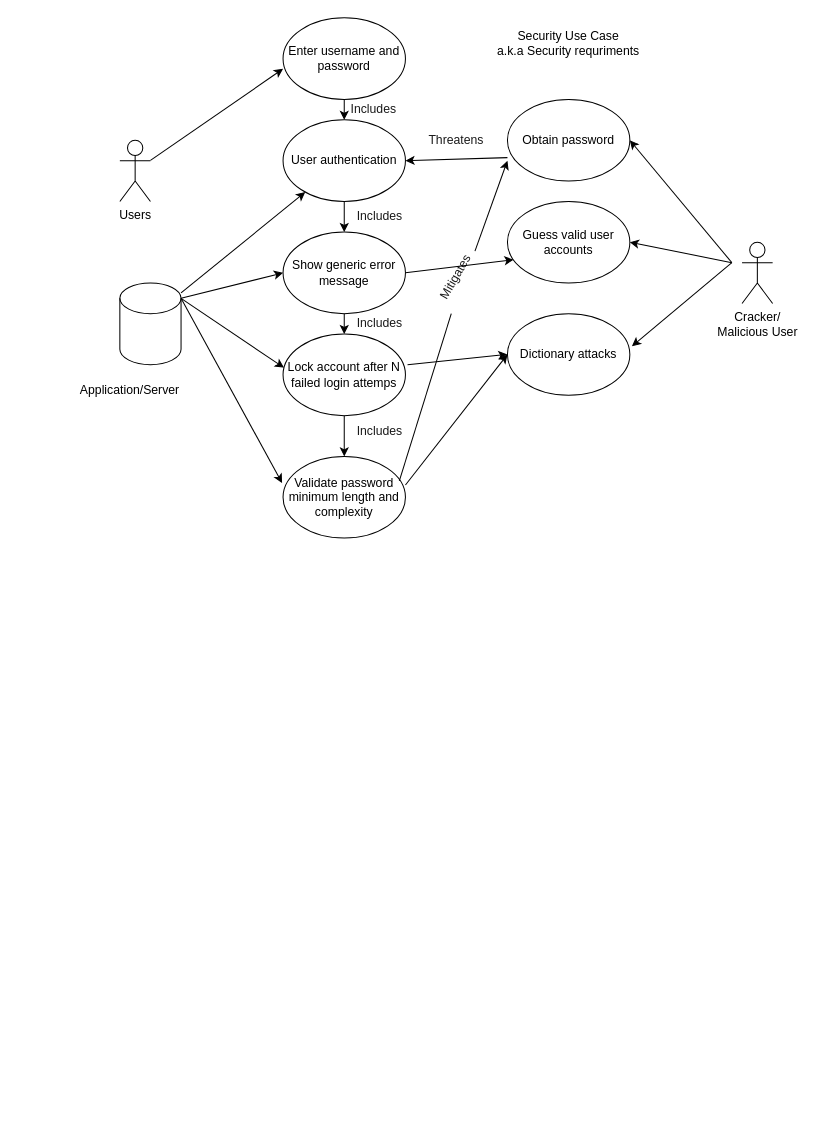
Before: Untitled Diagram1.drawio in cychenyao/bjfmgr, a draw.io diagram. Source tidied: cells renumbered, new cells numbered last; positions are measured from the earlier drawing's top-left corner, leaving out a move shared by most shapes. Both pictures are drawn from the tidied source at 102%, with x=0, y=0 at pixel (79, 17).
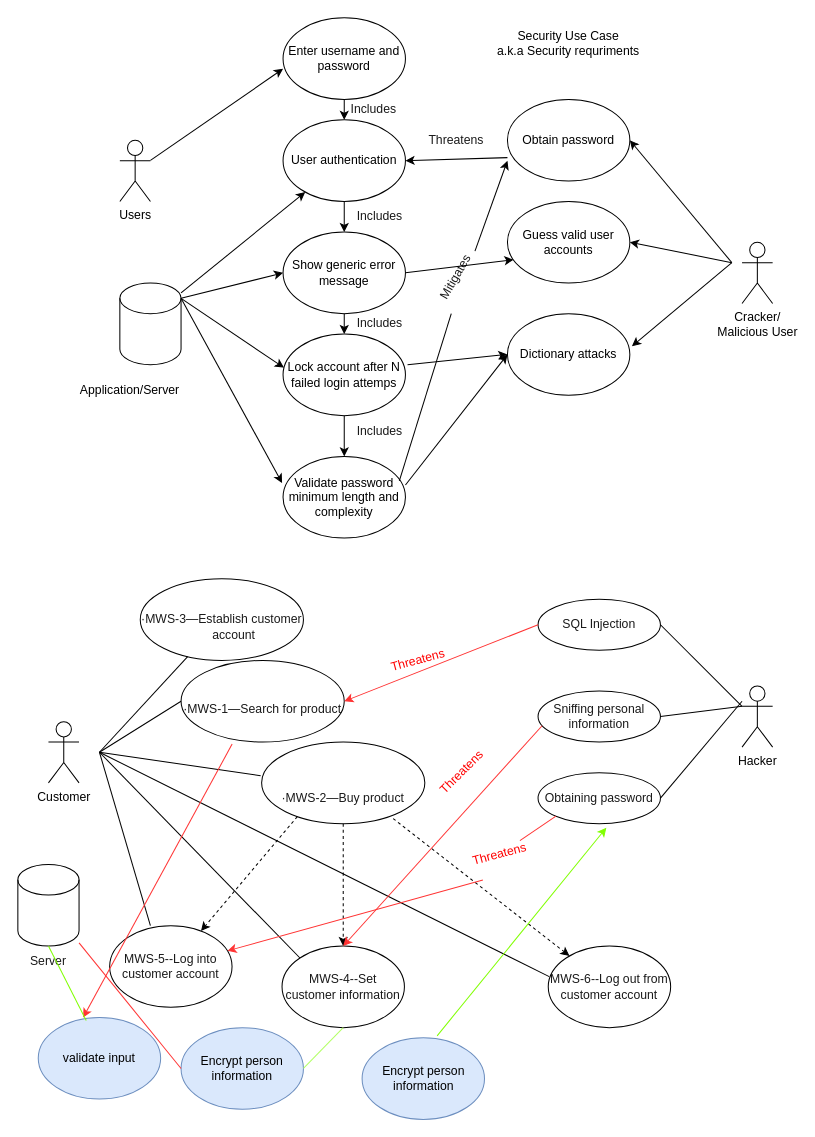
After the change.

Change to the diagram source:
```diff
@@
+    <mxCell id="39" value="Customer" style="shape=umlActor;verticalLabelPosition=bottom;verticalAlign=top;html=1;" parent="1" vertex="1">
+      <mxGeometry x="-30" y="690" width="30" height="60" as="geometry" />
+    </mxCell>
+    <mxCell id="40" value="&lt;br&gt;&lt;br&gt;&lt;br&gt;&lt;br&gt;&lt;br&gt;&lt;br&gt;&lt;p class=&quot;MsoListParagraph&quot; style=&quot;margin-left: 18.0pt ; text-indent: -18.0pt&quot;&gt;&lt;span style=&quot;font-family: &amp;#34;symbol&amp;#34;&quot; lang=&quot;EN-US&quot;&gt;&lt;span&gt;·&lt;/span&gt;&lt;/span&gt;&lt;span lang=&quot;EN-US&quot;&gt;MWS-3—Establish customer account&lt;/span&gt;&lt;/p&gt;&lt;br&gt;&lt;br&gt;&lt;br&gt;&lt;br&gt;&lt;br&gt;" style="ellipse;whiteSpace=wrap;html=1;fontColor=#1A1A1A;" parent="1" vertex="1">
+      <mxGeometry x="60" y="550" width="160" height="80" as="geometry" />
+    </mxCell>
+    <mxCell id="41" value="&lt;br&gt;&lt;br&gt;&lt;br&gt;&lt;br&gt;&lt;p class=&quot;MsoListParagraph&quot; style=&quot;margin-left: 18.0pt ; text-indent: -18.0pt&quot;&gt;&lt;span style=&quot;font-family: &amp;#34;symbol&amp;#34;&quot; lang=&quot;EN-US&quot;&gt;&lt;span&gt;·&lt;/span&gt;&lt;/span&gt;&lt;span lang=&quot;EN-US&quot;&gt;MWS-1—Search for product&lt;br&gt;&lt;/span&gt;&lt;/p&gt;&lt;br&gt;&lt;br&gt;&lt;br&gt;" style="ellipse;whiteSpace=wrap;html=1;fontColor=#1A1A1A;" parent="1" vertex="1">
+      <mxGeometry x="100" y="630" width="160" height="80" as="geometry" />
+    </mxCell>
+    <mxCell id="42" value="&lt;br&gt;&lt;br&gt;&lt;br&gt;&lt;br&gt;&lt;p class=&quot;MsoListParagraph&quot; style=&quot;margin-left: 18.0pt ; text-indent: -18.0pt&quot;&gt;&lt;span style=&quot;font-family: &amp;#34;symbol&amp;#34;&quot; lang=&quot;EN-US&quot;&gt;&lt;span&gt;·&lt;/span&gt;&lt;/span&gt;&lt;span lang=&quot;EN-US&quot;&gt;MWS-2—Buy product&lt;br&gt;&lt;/span&gt;&lt;/p&gt;&lt;br&gt;&lt;br&gt;" style="ellipse;whiteSpace=wrap;html=1;fontColor=#1A1A1A;" parent="1" vertex="1">
+      <mxGeometry x="179" y="710" width="160" height="80" as="geometry" />
+    </mxCell>
+    <mxCell id="43" value="MWS-5--Log into customer account" style="ellipse;whiteSpace=wrap;html=1;fontColor=#1A1A1A;" parent="1" vertex="1">
+      <mxGeometry x="30" y="890" width="120" height="80" as="geometry" />
+    </mxCell>
+    <mxCell id="44" value="MWS-4--Set customer information" style="ellipse;whiteSpace=wrap;html=1;fontColor=#1A1A1A;" parent="1" vertex="1">
+      <mxGeometry x="199" y="910" width="120" height="80" as="geometry" />
+    </mxCell>
+    <mxCell id="45" style="endArrow=none;html=1;rounded=0;fontColor=#1A1A1A;" parent="1" edge="1" target="40">
+      <mxGeometry relative="1" as="geometry">
+        <mxPoint x="20" y="720" as="sourcePoint" />
+      </mxGeometry>
+    </mxCell>
+    <mxCell id="46" style="endArrow=none;html=1;rounded=0;fontColor=#1A1A1A;entryX=0;entryY=0.5;entryDx=0;entryDy=0;" parent="1" edge="1" target="41">
+      <mxGeometry relative="1" as="geometry">
+        <mxPoint x="20" y="720" as="sourcePoint" />
+      </mxGeometry>
+    </mxCell>
+    <mxCell id="47" style="endArrow=none;html=1;rounded=0;fontColor=#1A1A1A;entryX=-0.006;entryY=0.413;entryDx=0;entryDy=0;entryPerimeter=0;" parent="1" edge="1" target="42">
+      <mxGeometry relative="1" as="geometry">
+        <mxPoint x="20" y="720" as="sourcePoint" />
+      </mxGeometry>
+    </mxCell>
+    <mxCell id="48" style="endArrow=none;html=1;rounded=0;fontColor=#1A1A1A;entryX=0.333;entryY=0;entryDx=0;entryDy=0;entryPerimeter=0;" parent="1" edge="1" target="43">
+      <mxGeometry relative="1" as="geometry">
+        <mxPoint x="20" y="720" as="sourcePoint" />
+      </mxGeometry>
+    </mxCell>
+    <mxCell id="49" style="endArrow=none;html=1;rounded=0;fontColor=#1A1A1A;entryX=0;entryY=0;entryDx=0;entryDy=0;" parent="1" edge="1" target="44">
+      <mxGeometry relative="1" as="geometry">
+        <mxPoint x="20" y="720" as="sourcePoint" />
+      </mxGeometry>
+    </mxCell>
+    <mxCell id="50" value="&lt;div&gt;MWS-6--Log out from &lt;br&gt;&lt;/div&gt;&lt;div&gt;customer account&lt;br&gt;&lt;/div&gt;" style="ellipse;whiteSpace=wrap;html=1;fontColor=#1A1A1A;" parent="1" vertex="1">
+      <mxGeometry x="460" y="910" width="120" height="80" as="geometry" />
+    </mxCell>
+    <mxCell id="51" style="endArrow=none;html=1;rounded=0;fontColor=#1A1A1A;entryX=0.008;entryY=0.375;entryDx=0;entryDy=0;entryPerimeter=0;" parent="1" edge="1" target="50">
+      <mxGeometry relative="1" as="geometry">
+        <mxPoint x="20" y="720" as="sourcePoint" />
+      </mxGeometry>
+    </mxCell>
+    <mxCell id="52" style="endArrow=classic;html=1;rounded=0;fontColor=#1A1A1A;entryX=0.5;entryY=0;entryDx=0;entryDy=0;dashed=1;" parent="1" edge="1" source="42" target="44">
+      <mxGeometry relative="1" as="geometry" />
+    </mxCell>
+    <mxCell id="53" style="endArrow=classic;html=1;rounded=0;fontColor=#1A1A1A;exitX=0.219;exitY=0.913;exitDx=0;exitDy=0;exitPerimeter=0;dashed=1;" parent="1" edge="1" source="42" target="43">
+      <mxGeometry relative="1" as="geometry" />
+    </mxCell>
+    <mxCell id="54" style="endArrow=classic;html=1;rounded=0;fontColor=#1A1A1A;exitX=0.806;exitY=0.938;exitDx=0;exitDy=0;exitPerimeter=0;dashed=1;" parent="1" edge="1" source="42" target="50">
+      <mxGeometry relative="1" as="geometry" />
+    </mxCell>
+    <mxCell id="55" value="SQL Injection" style="ellipse;whiteSpace=wrap;html=1;fontColor=#1A1A1A;" parent="1" vertex="1">
+      <mxGeometry x="450" y="570" width="120" height="50" as="geometry" />
+    </mxCell>
+    <mxCell id="56" value="Sniffing personal information" style="ellipse;whiteSpace=wrap;html=1;fontColor=#1A1A1A;" parent="1" vertex="1">
+      <mxGeometry x="450" y="660" width="120" height="50" as="geometry" />
+    </mxCell>
+    <mxCell id="57" value="Obtaining password" style="ellipse;whiteSpace=wrap;html=1;fontColor=#1A1A1A;" parent="1" vertex="1">
+      <mxGeometry x="450" y="740" width="120" height="50" as="geometry" />
+    </mxCell>
+    <mxCell id="58" value="Hacker" style="shape=umlActor;verticalLabelPosition=bottom;verticalAlign=top;html=1;outlineConnect=0;" parent="1" vertex="1">
+      <mxGeometry x="650" y="655" width="30" height="60" as="geometry" />
+    </mxCell>
+    <mxCell id="59" style="endArrow=none;html=1;rounded=0;fontColor=#1A1A1A;exitX=1;exitY=0.5;exitDx=0;exitDy=0;entryX=0;entryY=0.3333333333333333;entryDx=0;entryDy=0;entryPerimeter=0;" parent="1" edge="1" source="55" target="58">
+      <mxGeometry relative="1" as="geometry" />
+    </mxCell>
+    <mxCell id="60" style="endArrow=none;html=1;rounded=0;fontColor=#1A1A1A;exitX=1;exitY=0.5;exitDx=0;exitDy=0;entryX=0;entryY=0.3333333333333333;entryDx=0;entryDy=0;entryPerimeter=0;" parent="1" edge="1" source="56" target="58">
+      <mxGeometry relative="1" as="geometry" />
+    </mxCell>
+    <mxCell id="61" style="endArrow=none;html=1;rounded=0;fontColor=#1A1A1A;exitX=1;exitY=0.5;exitDx=0;exitDy=0;" parent="1" edge="1" source="57">
+      <mxGeometry relative="1" as="geometry">
+        <mxPoint x="650" y="670" as="targetPoint" />
+      </mxGeometry>
+    </mxCell>
+    <mxCell id="62" style="endArrow=classic;html=1;rounded=0;fontColor=#1A1A1A;exitX=0;exitY=0.5;exitDx=0;exitDy=0;entryX=1;entryY=0.5;entryDx=0;entryDy=0;strokeColor=#FF3333;" parent="1" edge="1" source="55" target="41">
+      <mxGeometry relative="1" as="geometry" />
+    </mxCell>
+    <mxCell id="63" style="endArrow=classic;html=1;rounded=0;fontColor=#1A1A1A;entryX=0.5;entryY=0;entryDx=0;entryDy=0;strokeColor=#FF3333;exitX=0.033;exitY=0.68;exitDx=0;exitDy=0;exitPerimeter=0;" parent="1" edge="1" source="56" target="44">
+      <mxGeometry relative="1" as="geometry" />
+    </mxCell>
+    <mxCell id="64" style="endArrow=classic;html=1;rounded=0;fontColor=#1A1A1A;strokeColor=#FF3333;exitX=0;exitY=1;exitDx=0;exitDy=0;startArrow=none;" parent="1" edge="1" source="67" target="43">
+      <mxGeometry relative="1" as="geometry" />
+    </mxCell>
+    <mxCell id="65" value="&lt;font color=&quot;#FF0000&quot;&gt;Threatens&lt;/font&gt;" style="text;html=1;strokeColor=none;fillColor=none;align=center;verticalAlign=middle;whiteSpace=wrap;rounded=0;fontColor=#1A1A1A;rotation=-15;" parent="1" vertex="1">
+      <mxGeometry x="310" y="610" width="45" height="40" as="geometry" />
+    </mxCell>
+    <mxCell id="66" value="&lt;font color=&quot;#FF0000&quot;&gt;Threatens&lt;/font&gt;" style="text;html=1;strokeColor=none;fillColor=none;align=center;verticalAlign=middle;whiteSpace=wrap;rounded=0;fontColor=#1A1A1A;rotation=-45;" parent="1" vertex="1">
+      <mxGeometry x="352.5" y="720" width="45" height="40" as="geometry" />
+    </mxCell>
+    <mxCell id="67" value="&lt;font color=&quot;#FF0000&quot;&gt;Threatens&lt;/font&gt;" style="text;html=1;strokeColor=none;fillColor=none;align=center;verticalAlign=middle;whiteSpace=wrap;rounded=0;fontColor=#1A1A1A;rotation=-15;" parent="1" vertex="1">
+      <mxGeometry x="390" y="800" width="45" height="40" as="geometry" />
+    </mxCell>
+    <mxCell id="68" style="endArrow=none;html=1;rounded=0;fontColor=#1A1A1A;strokeColor=#FF3333;exitX=0;exitY=1;exitDx=0;exitDy=0;" parent="1" edge="1" source="57" target="67">
+      <mxGeometry relative="1" as="geometry" />
+    </mxCell>
+    <mxCell id="69" style="shape=cylinder3;whiteSpace=wrap;html=1;boundedLbl=1;backgroundOutline=1;size=15;fontColor=#FF0000;" parent="1" vertex="1">
+      <mxGeometry x="-60" y="830" width="60" height="80" as="geometry" />
+    </mxCell>
+    <mxCell id="70" value="&lt;font color=&quot;#1A1A1A&quot;&gt;Server&lt;/font&gt;" style="text;html=1;strokeColor=none;fillColor=none;align=center;verticalAlign=middle;whiteSpace=wrap;rounded=0;fontColor=#FF0000;" parent="1" vertex="1">
+      <mxGeometry x="-60" y="910" width="60" height="30" as="geometry" />
+    </mxCell>
+    <mxCell id="71" value="validate input" style="ellipse;whiteSpace=wrap;html=1;fillColor=#dae8fc;strokeColor=#6c8ebf;" parent="1" vertex="1">
+      <mxGeometry x="-40" y="980" width="120" height="80" as="geometry" />
+    </mxCell>
+    <mxCell id="72" style="endArrow=classic;html=1;rounded=0;fontColor=#1A1A1A;strokeColor=#FF3333;exitX=0.313;exitY=1.025;exitDx=0;exitDy=0;exitPerimeter=0;entryX=0.367;entryY=0;entryDx=0;entryDy=0;entryPerimeter=0;" parent="1" edge="1" source="41" target="71">
+      <mxGeometry relative="1" as="geometry" />
+    </mxCell>
+    <mxCell id="73" style="endArrow=none;html=1;rounded=0;fontColor=#1A1A1A;strokeColor=#80FF00;exitX=0.5;exitY=0;exitDx=0;exitDy=0;entryX=0.392;entryY=0.038;entryDx=0;entryDy=0;entryPerimeter=0;" parent="1" edge="1" source="70" target="71">
+      <mxGeometry relative="1" as="geometry" />
+    </mxCell>
+    <mxCell id="74" value="Encrypt person information" style="ellipse;whiteSpace=wrap;html=1;fillColor=#dae8fc;strokeColor=#6c8ebf;" parent="1" vertex="1">
+      <mxGeometry x="100" y="990" width="120" height="80" as="geometry" />
+    </mxCell>
+    <mxCell id="75" style="endArrow=none;html=1;rounded=0;fontColor=#1A1A1A;strokeColor=#FF3333;entryX=0;entryY=0.5;entryDx=0;entryDy=0;" parent="1" edge="1" source="69" target="74">
+      <mxGeometry relative="1" as="geometry" />
+    </mxCell>
+    <mxCell id="76" style="endArrow=none;html=1;rounded=0;fontColor=#1A1A1A;strokeColor=#B3FF66;entryX=0.5;entryY=1;entryDx=0;entryDy=0;exitX=1;exitY=0.5;exitDx=0;exitDy=0;" parent="1" edge="1" source="74" target="44">
+      <mxGeometry relative="1" as="geometry" />
+    </mxCell>
+    <mxCell id="77" value="Encrypt person information" style="ellipse;whiteSpace=wrap;html=1;fillColor=#dae8fc;strokeColor=#6c8ebf;" parent="1" vertex="1">
+      <mxGeometry x="277.5" y="1000" width="120" height="80" as="geometry" />
+    </mxCell>
+    <mxCell id="78" style="endArrow=classic;html=1;rounded=0;fontColor=#1A1A1A;strokeColor=#80FF00;exitX=0.613;exitY=-0.025;exitDx=0;exitDy=0;exitPerimeter=0;entryX=0.558;entryY=1.08;entryDx=0;entryDy=0;entryPerimeter=0;" parent="1" edge="1" source="77" target="57">
+      <mxGeometry relative="1" as="geometry" />
+    </mxCell>
```
